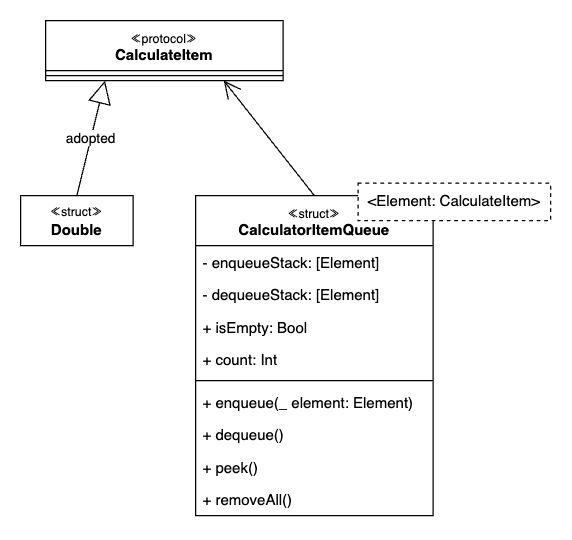
Before: step1_class_diagram.png, a diagram exported from draw.io (yagom-academy/ios-calculator-app). Source tidied: cells renumbered, new cells last; positions are measured from the earlier drawing's top-left corner, leaving out a move shared by most shapes. The source it was exported from:
```xml
<mxGraphModel>
  <root>
    <mxCell id="0" />
    <mxCell id="1" parent="0" />
    <mxCell id="2" style="group;" parent="1" vertex="1">
      <mxGeometry x="140" y="130" width="284" height="266" as="geometry" />
    </mxCell>
    <mxCell id="3" value="&lt;font style=&quot;font-weight: normal; font-size: 10px;&quot;&gt;≪struct≫&lt;/font&gt;&lt;br&gt;CalculatorItemQueue" style="swimlane;fontStyle=1;align=center;verticalAlign=top;horizontal=1;startSize=40;whiteSpace=wrap;html=1;" parent="2" vertex="1">
      <mxGeometry y="10" width="190" height="256" as="geometry" />
    </mxCell>
    <mxCell id="4" value="- enqueueStack: [Element]" style="text;strokeColor=none;fillColor=none;align=left;verticalAlign=top;spacingLeft=4;spacingRight=4;overflow=hidden;whiteSpace=wrap;html=1;" parent="3" vertex="1">
      <mxGeometry y="40" width="190" height="26" as="geometry" />
    </mxCell>
    <mxCell id="5" value="- dequeueStack: [Element]" style="text;strokeColor=none;fillColor=none;align=left;verticalAlign=top;spacingLeft=4;spacingRight=4;overflow=hidden;whiteSpace=wrap;html=1;" parent="3" vertex="1">
      <mxGeometry y="66" width="190" height="26" as="geometry" />
    </mxCell>
    <mxCell id="6" value="+ isEmpty: Bool" style="text;strokeColor=none;fillColor=none;align=left;verticalAlign=top;spacingLeft=4;spacingRight=4;overflow=hidden;whiteSpace=wrap;html=1;" parent="3" vertex="1">
      <mxGeometry y="92" width="190" height="26" as="geometry" />
    </mxCell>
    <mxCell id="7" value="+ count: Int" style="text;strokeColor=none;fillColor=none;align=left;verticalAlign=top;spacingLeft=4;spacingRight=4;overflow=hidden;whiteSpace=wrap;html=1;" parent="3" vertex="1">
      <mxGeometry y="118" width="190" height="26" as="geometry" />
    </mxCell>
    <mxCell id="8" style="line;strokeWidth=1;fillColor=none;align=left;verticalAlign=middle;spacingTop=-1;spacingLeft=3;spacingRight=3;labelPosition=right;strokeColor=inherit;" parent="3" vertex="1">
      <mxGeometry y="144" width="190" height="8" as="geometry" />
    </mxCell>
    <mxCell id="9" value="+ enqueue(_ element: Element)" style="text;strokeColor=none;fillColor=none;align=left;verticalAlign=top;spacingLeft=4;spacingRight=4;overflow=hidden;whiteSpace=wrap;html=1;" parent="3" vertex="1">
      <mxGeometry y="152" width="190" height="26" as="geometry" />
    </mxCell>
    <mxCell id="10" value="+ dequeue()" style="text;strokeColor=none;fillColor=none;align=left;verticalAlign=top;spacingLeft=4;spacingRight=4;overflow=hidden;whiteSpace=wrap;html=1;" parent="3" vertex="1">
      <mxGeometry y="178" width="190" height="26" as="geometry" />
    </mxCell>
    <mxCell id="11" value="+ peek()" style="text;strokeColor=none;fillColor=none;align=left;verticalAlign=top;spacingLeft=4;spacingRight=4;overflow=hidden;whiteSpace=wrap;html=1;" parent="3" vertex="1">
      <mxGeometry y="204" width="190" height="26" as="geometry" />
    </mxCell>
    <mxCell id="12" value="+ removeAll()" style="text;strokeColor=none;fillColor=none;align=left;verticalAlign=top;spacingLeft=4;spacingRight=4;overflow=hidden;whiteSpace=wrap;html=1;" parent="3" vertex="1">
      <mxGeometry y="230" width="190" height="26" as="geometry" />
    </mxCell>
    <mxCell id="13" value="&amp;lt;Element:&amp;nbsp;CalculateItem&amp;gt;" style="rounded=0;whiteSpace=wrap;html=1;dashed=1;" parent="2" vertex="1">
      <mxGeometry x="130" width="154" height="30" as="geometry" />
    </mxCell>
    <mxCell id="14" value="&lt;font style=&quot;font-weight: normal; font-size: 10px;&quot;&gt;≪protocol≫&lt;/font&gt;&lt;br&gt;CalculateItem" style="swimlane;fontStyle=1;align=center;verticalAlign=top;horizontal=1;startSize=40;whiteSpace=wrap;html=1;" parent="1" vertex="1">
      <mxGeometry x="20" width="190" height="48" as="geometry" />
    </mxCell>
    <mxCell id="15" style="line;strokeWidth=1;fillColor=none;align=left;verticalAlign=middle;spacingTop=-1;spacingLeft=3;spacingRight=3;labelPosition=right;strokeColor=inherit;" parent="14" vertex="1">
      <mxGeometry y="40" width="190" height="8" as="geometry" />
    </mxCell>
    <mxCell id="16" value="&lt;font style=&quot;font-size: 10px;&quot;&gt;≪struct≫&lt;/font&gt;&lt;br&gt;&lt;b&gt;Double&lt;/b&gt;" style="html=1;whiteSpace=wrap;" parent="1" vertex="1">
      <mxGeometry y="140" width="90" height="40" as="geometry" />
    </mxCell>
    <mxCell id="17" style="endArrow=open;endFill=1;endSize=12;html=1;rounded=0;exitX=0.5;exitY=0;exitDx=0;exitDy=0;entryX=0.75;entryY=1;entryDx=0;entryDy=0;" parent="1" edge="1" source="3" target="14">
      <mxGeometry relative="1" as="geometry" />
    </mxCell>
    <mxCell id="18" value="adopted" style="endArrow=block;endSize=16;endFill=0;html=1;rounded=0;exitX=0.5;exitY=0;exitDx=0;exitDy=0;entryX=0.25;entryY=1;entryDx=0;entryDy=0;" parent="1" edge="1" source="16" target="14">
      <mxGeometry relative="1" as="geometry" />
    </mxCell>
  </root>
</mxGraphModel>
```
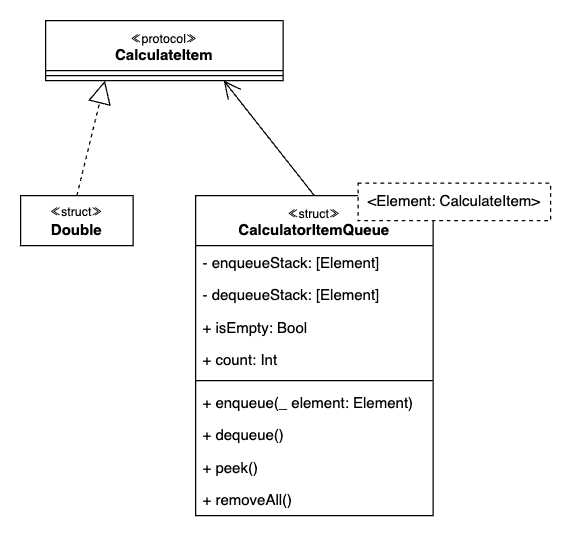
The same diagram one commit later.

Commit message:
docs: step 1 클래스 다이어그램 변경

What changed in the source:
```diff
@@ -50,7 +50,7 @@
     <mxCell id="17" style="endArrow=open;endFill=1;endSize=12;html=1;rounded=0;exitX=0.5;exitY=0;exitDx=0;exitDy=0;entryX=0.75;entryY=1;entryDx=0;entryDy=0;" parent="1" edge="1" source="3" target="14">
       <mxGeometry relative="1" as="geometry" />
     </mxCell>
-    <mxCell id="18" value="adopted" style="endArrow=block;endSize=16;endFill=0;html=1;rounded=0;exitX=0.5;exitY=0;exitDx=0;exitDy=0;entryX=0.25;entryY=1;entryDx=0;entryDy=0;" parent="1" edge="1" source="16" target="14">
+    <mxCell id="18" style="endArrow=block;endSize=16;endFill=0;html=1;rounded=0;exitX=0.5;exitY=0;exitDx=0;exitDy=0;entryX=0.25;entryY=1;entryDx=0;entryDy=0;dashed=1;" parent="1" edge="1" source="16" target="14">
       <mxGeometry relative="1" as="geometry" />
     </mxCell>
   </root>
```
